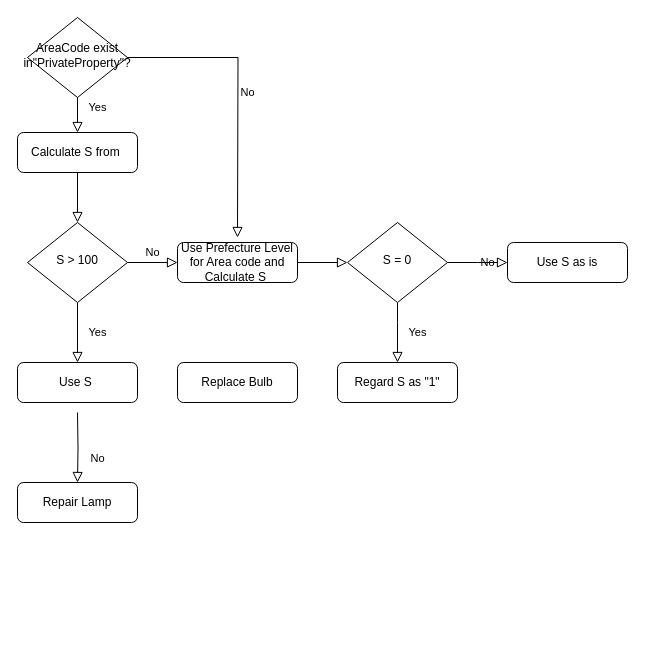
Above: project/StudioLOC Diagram.drawio in Asshi01/my-first-practice-web-app (draw.io), before the change. Source tidied: cells renumbered, new cells numbered last; positions are measured from the earlier drawing's top-left corner, leaving out a move shared by most shapes. Both pictures are drawn from the tidied source at 100%, with x=0, y=0 at pixel (17, 17).
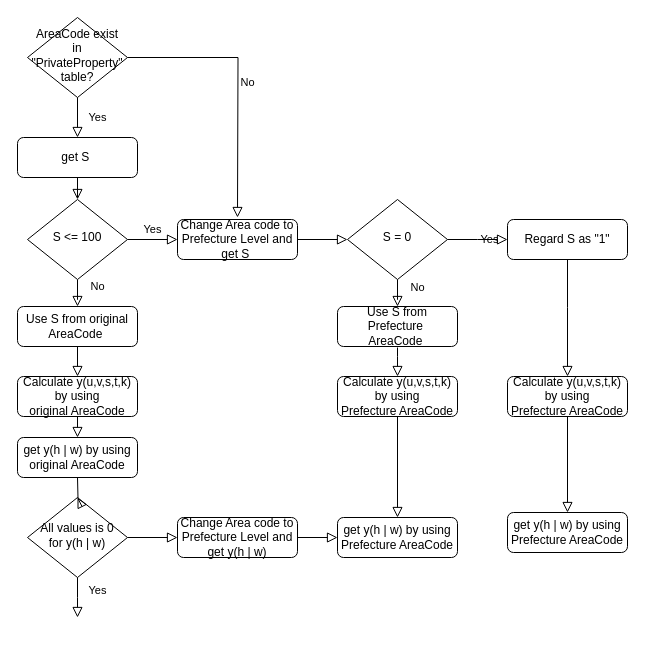
The same page after the edit.

The edit, as a diff of the source:
```diff
@@
-    <mxCell id="3" value="Calculate S from&amp;nbsp;" style="rounded=1;whiteSpace=wrap;html=1;fontSize=12;glass=0;strokeWidth=1;shadow=0;" parent="1" vertex="1">
-      <mxGeometry y="115" width="120" height="40" as="geometry" />
+    <mxCell id="3" value="get S&amp;nbsp;" style="rounded=1;whiteSpace=wrap;html=1;fontSize=12;glass=0;strokeWidth=1;shadow=0;" parent="1" vertex="1">
+      <mxGeometry y="120" width="120" height="40" as="geometry" />
     </mxCell>
-    <mxCell id="4" value="Yes" style="rounded=0;html=1;jettySize=auto;fontSize=11;endArrow=block;endFill=0;endSize=8;strokeWidth=1;shadow=0;labelBackgroundColor=none;edgeStyle=orthogonalEdgeStyle;entryX=0.5;entryY=0;entryDx=0;entryDy=0;" parent="1" edge="1" source="6" target="16">
-      <mxGeometry y="20" relative="1" as="geometry" />
+    <mxCell id="4" value="No" style="rounded=0;html=1;jettySize=auto;fontSize=11;endArrow=block;endFill=0;endSize=8;strokeWidth=1;shadow=0;labelBackgroundColor=none;edgeStyle=orthogonalEdgeStyle;entryX=0.5;entryY=0;entryDx=0;entryDy=0;" parent="1" edge="1" source="6" target="16">
+      <mxGeometry x="0.25" y="20" relative="1" as="geometry" />
     </mxCell>
-    <mxCell id="5" value="No" style="edgeStyle=orthogonalEdgeStyle;rounded=0;html=1;jettySize=auto;fontSize=11;endArrow=block;endFill=0;endSize=8;strokeWidth=1;shadow=0;labelBackgroundColor=none;" parent="1" edge="1" source="6" target="7">
+    <mxCell id="5" value="Yes" style="edgeStyle=orthogonalEdgeStyle;rounded=0;html=1;jettySize=auto;fontSize=11;endArrow=block;endFill=0;endSize=8;strokeWidth=1;shadow=0;labelBackgroundColor=none;" parent="1" edge="1" source="6" target="7">
       <mxGeometry y="10" relative="1" as="geometry" />
     </mxCell>
-    <mxCell id="6" value="S &amp;gt; 100" style="rhombus;whiteSpace=wrap;html=1;shadow=0;fontFamily=Helvetica;fontSize=12;align=center;strokeWidth=1;spacing=6;spacingTop=-4;" parent="1" vertex="1">
-      <mxGeometry x="10" y="205" width="100" height="80" as="geometry" />
+    <mxCell id="6" value="S &amp;lt;= 100" style="rhombus;whiteSpace=wrap;html=1;shadow=0;fontFamily=Helvetica;fontSize=12;align=center;strokeWidth=1;spacing=6;spacingTop=-4;" parent="1" vertex="1">
+      <mxGeometry x="10" y="182" width="100" height="80" as="geometry" />
     </mxCell>
-    <mxCell id="7" value="Use Prefecture Level for Area code and&lt;br&gt;Calculate S&amp;nbsp;" style="rounded=1;whiteSpace=wrap;html=1;fontSize=12;glass=0;strokeWidth=1;shadow=0;" parent="1" vertex="1">
-      <mxGeometry x="160" y="225" width="120" height="40" as="geometry" />
+    <mxCell id="7" value="Change Area code to Prefecture Level&amp;nbsp;and get S&amp;nbsp;" style="rounded=1;whiteSpace=wrap;html=1;fontSize=12;glass=0;strokeWidth=1;shadow=0;" parent="1" vertex="1">
+      <mxGeometry x="160" y="202" width="120" height="40" as="geometry" />
     </mxCell>
-    <mxCell id="8" value="No" style="rounded=0;html=1;jettySize=auto;fontSize=11;endArrow=block;endFill=0;endSize=8;strokeWidth=1;shadow=0;labelBackgroundColor=none;edgeStyle=orthogonalEdgeStyle;" parent="1" edge="1" target="9">
-      <mxGeometry x="0.33" y="20" relative="1" as="geometry">
-        <mxPoint x="60" y="395" as="sourcePoint" />
-      </mxGeometry>
-    </mxCell>
-    <mxCell id="9" value="Repair Lamp" style="rounded=1;whiteSpace=wrap;html=1;fontSize=12;glass=0;strokeWidth=1;shadow=0;" parent="1" vertex="1">
-      <mxGeometry y="465" width="120" height="40" as="geometry" />
+    <mxCell id="9" value="Calculate y(u,v,s,t,k) by using&lt;br&gt;original AreaCode" style="rounded=1;whiteSpace=wrap;html=1;fontSize=12;glass=0;strokeWidth=1;shadow=0;" parent="1" vertex="1">
+      <mxGeometry y="359" width="120" height="40" as="geometry" />
     </mxCell>
-    <mxCell id="10" value="Replace Bulb" style="rounded=1;whiteSpace=wrap;html=1;fontSize=12;glass=0;strokeWidth=1;shadow=0;" parent="1" vertex="1">
-      <mxGeometry x="160" y="345" width="120" height="40" as="geometry" />
-    </mxCell>
     <mxCell id="11" value="S = 0" style="rhombus;whiteSpace=wrap;html=1;shadow=0;fontFamily=Helvetica;fontSize=12;align=center;strokeWidth=1;spacing=6;spacingTop=-4;" parent="1" vertex="1">
-      <mxGeometry x="330" y="205" width="100" height="80" as="geometry" />
+      <mxGeometry x="330" y="182" width="100" height="80" as="geometry" />
     </mxCell>
@@
-    <mxCell id="13" value="No" style="edgeStyle=orthogonalEdgeStyle;rounded=0;html=1;jettySize=auto;fontSize=11;endArrow=block;endFill=0;endSize=8;strokeWidth=1;shadow=0;labelBackgroundColor=none;exitX=1;exitY=0.5;exitDx=0;exitDy=0;" parent="1" edge="1" source="11">
-      <mxGeometry y="10" relative="1" as="geometry">
-        <mxPoint x="490" y="245" as="targetPoint" />
+    <mxCell id="13" value="Yes" style="edgeStyle=orthogonalEdgeStyle;rounded=0;html=1;jettySize=auto;fontSize=11;endArrow=block;endFill=0;endSize=8;strokeWidth=1;shadow=0;labelBackgroundColor=none;exitX=1;exitY=0.5;exitDx=0;exitDy=0;" parent="1" edge="1" source="11">
+      <mxGeometry y="12" relative="1" as="geometry">
+        <mxPoint x="490" y="222" as="targetPoint" />
       </mxGeometry>
     </mxCell>
-    <mxCell id="14" value="Use S as is" style="rounded=1;whiteSpace=wrap;html=1;fontSize=12;glass=0;strokeWidth=1;shadow=0;" parent="1" vertex="1">
-      <mxGeometry x="490" y="225" width="120" height="40" as="geometry" />
+    <mxCell id="14" value="Regard S as &quot;1&quot;" style="rounded=1;whiteSpace=wrap;html=1;fontSize=12;glass=0;strokeWidth=1;shadow=0;" parent="1" vertex="1">
+      <mxGeometry x="490" y="202" width="120" height="40" as="geometry" />
     </mxCell>
-    <mxCell id="15" value="Regard S as &quot;1&quot;" style="rounded=1;whiteSpace=wrap;html=1;fontSize=12;glass=0;strokeWidth=1;shadow=0;" parent="1" vertex="1">
-      <mxGeometry x="320" y="345" width="120" height="40" as="geometry" />
+    <mxCell id="15" value="Use S from Prefecture&amp;nbsp;&lt;br&gt;AreaCode&amp;nbsp;" style="rounded=1;whiteSpace=wrap;html=1;fontSize=12;glass=0;strokeWidth=1;shadow=0;" parent="1" vertex="1">
+      <mxGeometry x="320" y="289" width="120" height="40" as="geometry" />
     </mxCell>
-    <mxCell id="16" value="Use S&amp;nbsp;" style="rounded=1;whiteSpace=wrap;html=1;fontSize=12;glass=0;strokeWidth=1;shadow=0;" parent="1" vertex="1">
-      <mxGeometry y="345" width="120" height="40" as="geometry" />
+    <mxCell id="16" value="Use S from original AreaCode&amp;nbsp;" style="rounded=1;whiteSpace=wrap;html=1;fontSize=12;glass=0;strokeWidth=1;shadow=0;" parent="1" vertex="1">
+      <mxGeometry y="289" width="120" height="40" as="geometry" />
     </mxCell>
-    <mxCell id="17" value="Yes" style="rounded=0;html=1;jettySize=auto;fontSize=11;endArrow=block;endFill=0;endSize=8;strokeWidth=1;shadow=0;labelBackgroundColor=none;edgeStyle=orthogonalEdgeStyle;entryX=0.5;entryY=0;entryDx=0;entryDy=0;exitX=0.5;exitY=1;exitDx=0;exitDy=0;" parent="1" edge="1" source="11" target="15">
-      <mxGeometry y="20" relative="1" as="geometry">
+    <mxCell id="17" value="No" style="rounded=0;html=1;jettySize=auto;fontSize=11;endArrow=block;endFill=0;endSize=8;strokeWidth=1;shadow=0;labelBackgroundColor=none;edgeStyle=orthogonalEdgeStyle;entryX=0.5;entryY=0;entryDx=0;entryDy=0;exitX=0.5;exitY=1;exitDx=0;exitDy=0;" parent="1" edge="1" source="11" target="15">
+      <mxGeometry x="-0.41" y="20" relative="1" as="geometry">
         <Array as="points">
-          <mxPoint x="380" y="305" />
-          <mxPoint x="380" y="305" />
+          <mxPoint x="380" y="282" />
+          <mxPoint x="380" y="282" />
         </Array>
       </mxGeometry>
     </mxCell>
-    <mxCell id="18" value="AreaCode exist in&quot;PrivateProperty&quot;?" style="rhombus;whiteSpace=wrap;html=1;shadow=0;fontFamily=Helvetica;fontSize=12;align=center;strokeWidth=1;spacing=6;spacingTop=-4;" parent="1" vertex="1">
+    <mxCell id="18" value="AreaCode exist in &quot;PrivateProperty&quot; table?" style="rhombus;whiteSpace=wrap;html=1;shadow=0;fontFamily=Helvetica;fontSize=12;align=center;strokeWidth=1;spacing=6;spacingTop=-4;" parent="1" vertex="1">
       <mxGeometry x="10" width="100" height="80" as="geometry" />
     </mxCell>
     <mxCell id="19" value="No" style="edgeStyle=orthogonalEdgeStyle;rounded=0;html=1;jettySize=auto;fontSize=11;endArrow=block;endFill=0;endSize=8;strokeWidth=1;shadow=0;labelBackgroundColor=none;exitX=1;exitY=0.5;exitDx=0;exitDy=0;" parent="1" edge="1" source="18">
       <mxGeometry y="10" relative="1" as="geometry">
-        <mxPoint x="220" y="220" as="targetPoint" />
+        <mxPoint x="220" y="200" as="targetPoint" />
       </mxGeometry>
     </mxCell>
     <mxCell id="20" value="Yes" style="rounded=0;html=1;jettySize=auto;fontSize=11;endArrow=block;endFill=0;endSize=8;strokeWidth=1;shadow=0;labelBackgroundColor=none;edgeStyle=orthogonalEdgeStyle;exitX=0.5;exitY=1;exitDx=0;exitDy=0;entryX=0.5;entryY=0;entryDx=0;entryDy=0;" parent="1" edge="1" source="18" target="3">
-      <mxGeometry x="-0.43" y="20" relative="1" as="geometry" />
+      <mxGeometry y="20" relative="1" as="geometry" />
     </mxCell>
+    <mxCell id="21" style="edgeStyle=orthogonalEdgeStyle;rounded=0;html=1;jettySize=auto;fontSize=11;endArrow=block;endFill=0;endSize=8;strokeWidth=1;shadow=0;labelBackgroundColor=none;entryX=0.5;entryY=0;entryDx=0;entryDy=0;exitX=0.5;exitY=1;exitDx=0;exitDy=0;" parent="1" edge="1" source="16" target="9">
+      <mxGeometry x="-0.2" y="10" relative="1" as="geometry">
+        <Array as="points">
+          <mxPoint x="60" y="329" />
+          <mxPoint x="60" y="329" />
+        </Array>
+      </mxGeometry>
+    </mxCell>
+    <mxCell id="22" value="Calculate y(u,v,s,t,k) by using&lt;br&gt;Prefecture AreaCode" style="rounded=1;whiteSpace=wrap;html=1;fontSize=12;glass=0;strokeWidth=1;shadow=0;" parent="1" vertex="1">
+      <mxGeometry x="320" y="359" width="120" height="40" as="geometry" />
+    </mxCell>
+    <mxCell id="23" value="Calculate y(u,v,s,t,k) by using&lt;br&gt;Prefecture AreaCode" style="rounded=1;whiteSpace=wrap;html=1;fontSize=12;glass=0;strokeWidth=1;shadow=0;" parent="1" vertex="1">
+      <mxGeometry x="490" y="359" width="120" height="40" as="geometry" />
+    </mxCell>
+    <mxCell id="24" style="edgeStyle=orthogonalEdgeStyle;rounded=0;html=1;jettySize=auto;fontSize=11;endArrow=block;endFill=0;endSize=8;strokeWidth=1;shadow=0;labelBackgroundColor=none;entryX=0.5;entryY=0;entryDx=0;entryDy=0;" parent="1" edge="1" target="22">
+      <mxGeometry x="-0.2" y="10" relative="1" as="geometry">
+        <mxPoint x="380" y="330" as="sourcePoint" />
+        <Array as="points">
+          <mxPoint x="380" y="339" />
+          <mxPoint x="380" y="339" />
+        </Array>
+      </mxGeometry>
+    </mxCell>
+    <mxCell id="25" style="edgeStyle=orthogonalEdgeStyle;rounded=0;html=1;jettySize=auto;fontSize=11;endArrow=block;endFill=0;endSize=8;strokeWidth=1;shadow=0;labelBackgroundColor=none;entryX=0.5;entryY=0;entryDx=0;entryDy=0;exitX=0.5;exitY=1;exitDx=0;exitDy=0;" parent="1" edge="1" source="14" target="23">
+      <mxGeometry x="-0.2" y="10" relative="1" as="geometry">
+        <Array as="points">
+          <mxPoint x="550" y="290" />
+          <mxPoint x="550" y="290" />
+        </Array>
+      </mxGeometry>
+    </mxCell>
+    <mxCell id="26" value="get y(h | w) by using&lt;br&gt;original AreaCode" style="rounded=1;whiteSpace=wrap;html=1;fontSize=12;glass=0;strokeWidth=1;shadow=0;" parent="1" vertex="1">
+      <mxGeometry y="420" width="120" height="40" as="geometry" />
+    </mxCell>
+    <mxCell id="27" value="All values is 0 for y(h | w)" style="rhombus;whiteSpace=wrap;html=1;shadow=0;fontFamily=Helvetica;fontSize=12;align=center;strokeWidth=1;spacing=6;spacingTop=-4;" parent="1" vertex="1">
+      <mxGeometry x="10" y="480" width="100" height="80" as="geometry" />
+    </mxCell>
+    <mxCell id="28" value="Yes" style="rounded=0;html=1;jettySize=auto;fontSize=11;endArrow=block;endFill=0;endSize=8;strokeWidth=1;shadow=0;labelBackgroundColor=none;edgeStyle=orthogonalEdgeStyle;exitX=0.5;exitY=1;exitDx=0;exitDy=0;" parent="1" edge="1" source="27">
+      <mxGeometry x="-0.33" y="20" relative="1" as="geometry">
+        <mxPoint x="60" y="600" as="targetPoint" />
+        <Array as="points">
+          <mxPoint x="60" y="580" />
+          <mxPoint x="60" y="580" />
+        </Array>
+      </mxGeometry>
+    </mxCell>
+    <mxCell id="29" value="Change Area code to Prefecture Level&amp;nbsp;and get y(h | w)" style="rounded=1;whiteSpace=wrap;html=1;fontSize=12;glass=0;strokeWidth=1;shadow=0;" parent="1" vertex="1">
+      <mxGeometry x="160" y="500" width="120" height="40" as="geometry" />
+    </mxCell>
+    <mxCell id="30" value="get y(h | w) by using&lt;br&gt;Prefecture AreaCode" style="rounded=1;whiteSpace=wrap;html=1;fontSize=12;glass=0;strokeWidth=1;shadow=0;" parent="1" vertex="1">
+      <mxGeometry x="320" y="500" width="120" height="40" as="geometry" />
+    </mxCell>
+    <mxCell id="31" value="get y(h | w) by using&lt;br&gt;Prefecture AreaCode" style="rounded=1;whiteSpace=wrap;html=1;fontSize=12;glass=0;strokeWidth=1;shadow=0;" parent="1" vertex="1">
+      <mxGeometry x="490" y="495" width="120" height="40" as="geometry" />
+    </mxCell>
+    <mxCell id="32" style="edgeStyle=orthogonalEdgeStyle;rounded=0;html=1;jettySize=auto;fontSize=11;endArrow=block;endFill=0;endSize=8;strokeWidth=1;shadow=0;labelBackgroundColor=none;entryX=0.5;entryY=0;entryDx=0;entryDy=0;exitX=0.5;exitY=1;exitDx=0;exitDy=0;" parent="1" edge="1" source="9" target="26">
+      <mxGeometry x="-0.2" y="10" relative="1" as="geometry">
+        <Array as="points">
+          <mxPoint x="60" y="410" />
+          <mxPoint x="60" y="410" />
+        </Array>
+      </mxGeometry>
+    </mxCell>
+    <mxCell id="33" style="edgeStyle=orthogonalEdgeStyle;rounded=0;html=1;jettySize=auto;fontSize=11;endArrow=block;endFill=0;endSize=8;strokeWidth=1;shadow=0;labelBackgroundColor=none;" parent="1" edge="1" target="27">
+      <mxGeometry x="-0.2" y="10" relative="1" as="geometry">
+        <mxPoint x="60" y="460" as="sourcePoint" />
+      </mxGeometry>
+    </mxCell>
+    <mxCell id="34" style="edgeStyle=orthogonalEdgeStyle;rounded=0;html=1;jettySize=auto;fontSize=11;endArrow=block;endFill=0;endSize=8;strokeWidth=1;shadow=0;labelBackgroundColor=none;entryX=0;entryY=0.5;entryDx=0;entryDy=0;exitX=1;exitY=0.5;exitDx=0;exitDy=0;" parent="1" edge="1" source="29" target="30">
+      <mxGeometry x="-0.2" y="10" relative="1" as="geometry" />
+    </mxCell>
+    <mxCell id="35" style="edgeStyle=orthogonalEdgeStyle;rounded=0;html=1;jettySize=auto;fontSize=11;endArrow=block;endFill=0;endSize=8;strokeWidth=1;shadow=0;labelBackgroundColor=none;entryX=0;entryY=0.5;entryDx=0;entryDy=0;exitX=1;exitY=0.5;exitDx=0;exitDy=0;" parent="1" edge="1" source="27" target="29">
+      <mxGeometry x="-0.2" y="10" relative="1" as="geometry" />
+    </mxCell>
+    <mxCell id="36" style="edgeStyle=orthogonalEdgeStyle;rounded=0;html=1;jettySize=auto;fontSize=11;endArrow=block;endFill=0;endSize=8;strokeWidth=1;shadow=0;labelBackgroundColor=none;" parent="1" edge="1" source="22">
+      <mxGeometry x="-0.2" y="10" relative="1" as="geometry">
+        <mxPoint x="380" y="500" as="targetPoint" />
+      </mxGeometry>
+    </mxCell>
+    <mxCell id="37" style="edgeStyle=orthogonalEdgeStyle;rounded=0;html=1;jettySize=auto;fontSize=11;endArrow=block;endFill=0;endSize=8;strokeWidth=1;shadow=0;labelBackgroundColor=none;entryX=0.5;entryY=0;entryDx=0;entryDy=0;" parent="1" edge="1" source="23" target="31">
+      <mxGeometry x="-0.2" y="10" relative="1" as="geometry" />
+    </mxCell>
```
